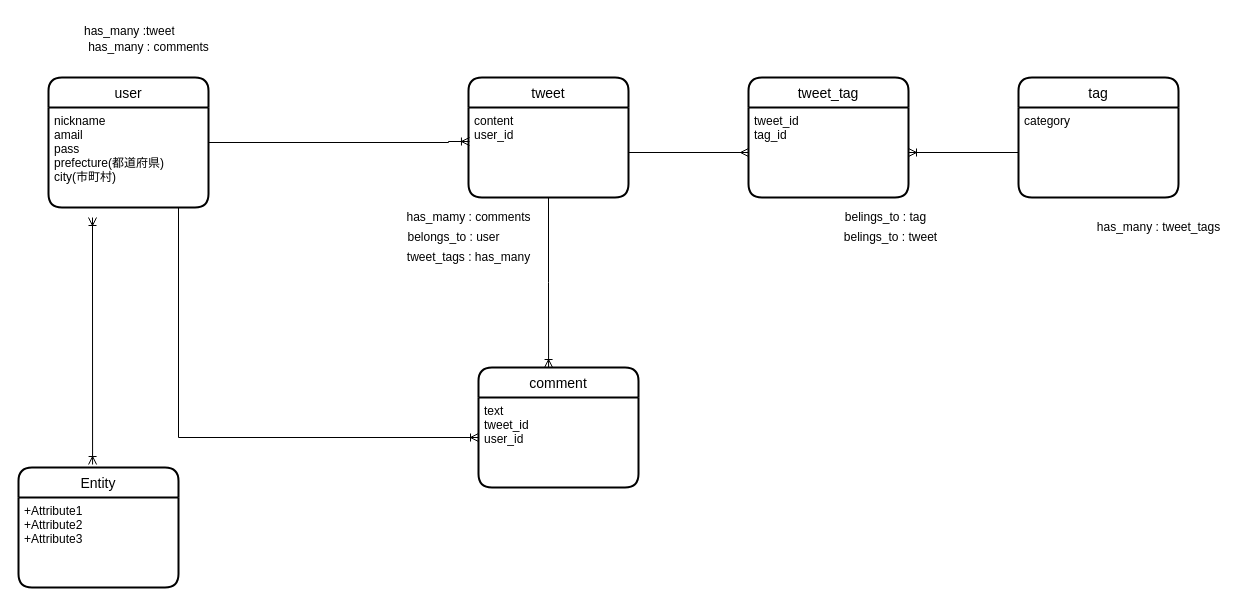
nannano-sys/origin_app keeps this draw.io diagram as Drow.dio. Above is the earlier version. Source tidied: cells renumbered, new cells numbered last; positions are measured from the earlier drawing's top-left corner, leaving out a move shared by most shapes. Both pictures are drawn from the tidied source at 100%, with x=0, y=0 at pixel (18, 17).
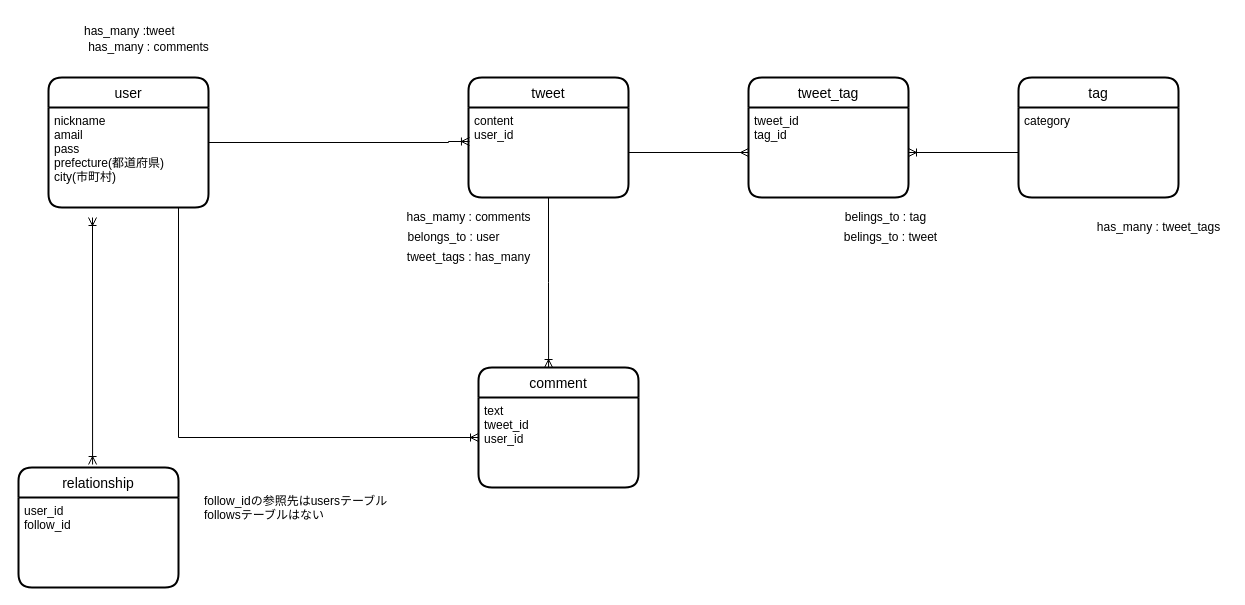
The same page after the edit.

What changed in the source:
```diff
@@
-    <mxCell id="25" value="Entity" style="swimlane;horizontal=1;startSize=30;rounded=1;fontSize=14;fontStyle=0;strokeWidth=2;shadow=0;dashed=0;align=center;" parent="1" vertex="1">
+    <mxCell id="25" value="relationship" style="swimlane;horizontal=1;startSize=30;rounded=1;fontSize=14;fontStyle=0;strokeWidth=2;shadow=0;dashed=0;align=center;" parent="1" vertex="1">
       <mxGeometry y="450" width="160" height="120" as="geometry" />
     </mxCell>
-    <mxCell id="26" value="+Attribute1&#10;+Attribute2&#10;+Attribute3" style="align=left;strokeColor=none;fillColor=none;spacingLeft=4;fontSize=12;verticalAlign=top;" parent="25" vertex="1">
+    <mxCell id="26" value="user_id&#10;follow_id" style="align=left;strokeColor=none;fillColor=none;spacingLeft=4;fontSize=12;verticalAlign=top;" parent="25" vertex="1">
       <mxGeometry y="30" width="160" height="90" as="geometry" />
     </mxCell>
@@
+    <mxCell id="28" value="follow_idの参照先はusersテーブル&#10;followsテーブルはない" style="text;strokeColor=none;fillColor=none;spacingLeft=4;spacingRight=4;overflow=hidden;fontSize=12;" parent="1" vertex="1">
+      <mxGeometry x="180" y="470" width="230" height="30" as="geometry" />
+    </mxCell>
```
